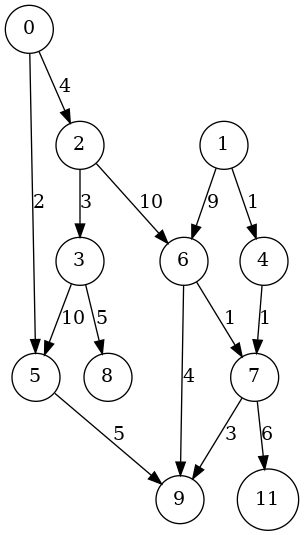
kaygun/ford-fulkerson keeps this Graphviz diagram as figures/graphb.png. Above is the earlier version. Its source is kept beside it as figures/graphb.dot.
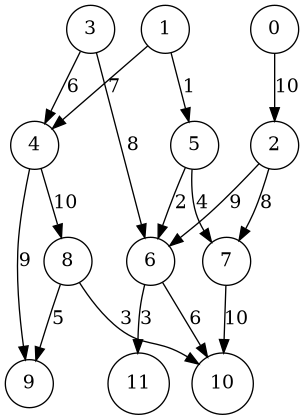
Above is the later version.

What changed in the source:
```diff
@@ -1,17 +1,19 @@
 digraph G {
 node[shape=circle];
-"7" -> "11" [label=6];
-"2" -> "3" [label=3];
-"6" -> "7" [label=1];
-"0" -> "5" [label=2];
-"4" -> "7" [label=1];
-"1" -> "4" [label=1];
-"7" -> "9" [label=3];
-"5" -> "9" [label=5];
-"0" -> "2" [label=4];
-"6" -> "9" [label=4];
-"3" -> "8" [label=5];
-"1" -> "6" [label=9];
-"2" -> "6" [label=10];
-"3" -> "5" [label=10];
+"8" -> "9" [label=5];
+"3" -> "4" [label=6];
+"8" -> "10" [label=3];
+"4" -> "9" [label=9];
+"1" -> "4" [label=7];
+"5" -> "7" [label=4];
+"4" -> "8" [label=10];
+"1" -> "5" [label=1];
+"5" -> "6" [label=2];
+"6" -> "11" [label=3];
+"2" -> "7" [label=8];
+"3" -> "6" [label=8];
+"7" -> "10" [label=10];
+"0" -> "2" [label=10];
+"6" -> "10" [label=6];
+"2" -> "6" [label=9];
 }
```
